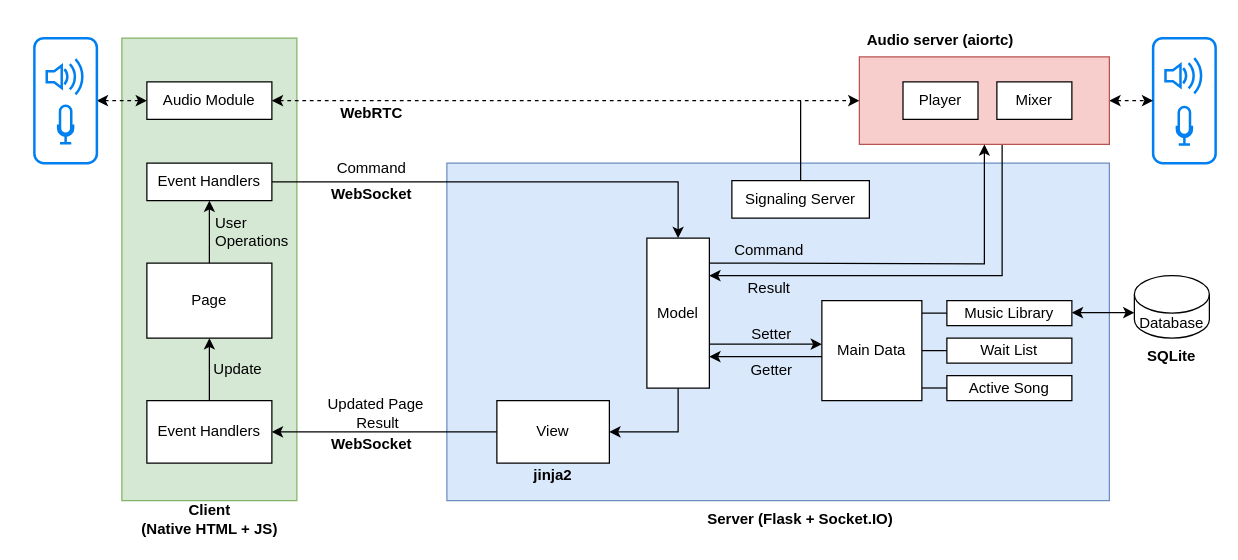
Before: Drafts/ksong-arch.drawio in xrysamuel/my-drawio, a draw.io diagram. Source tidied: cells renumbered, new cells numbered last; positions are measured from the earlier drawing's top-left corner, leaving out a move shared by most shapes. Both pictures are drawn from the tidied source at 125%, with x=0, y=0 at pixel (34, 21).
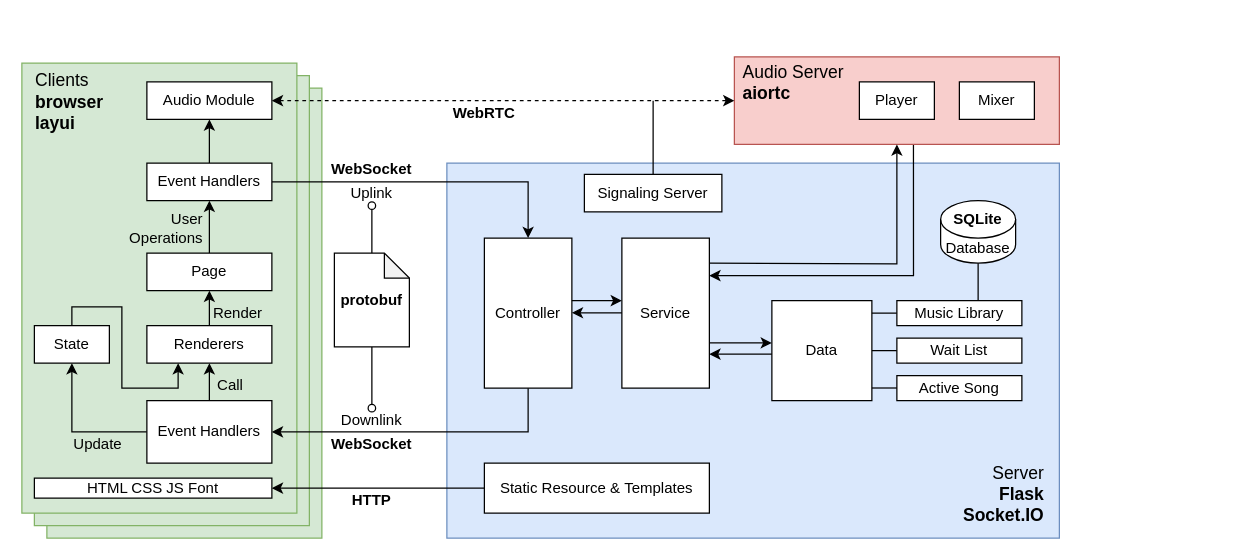
Above is the later version.

The change refers to these unchanged cells:
```xml
<mxCell id="10" value="Event Handlers" style="rounded=0;whiteSpace=wrap;html=1;arcSize=11;strokeColor=default;align=center;verticalAlign=middle;fontFamily=Helvetica;fontSize=12;fontColor=default;fillColor=default;" parent="1" vertex="1">
  <mxGeometry x="90" y="113" width="100" height="30" as="geometry" />
</mxCell>
<mxCell id="21" value="Audio Module" style="rounded=0;whiteSpace=wrap;html=1;" parent="1" vertex="1">
  <mxGeometry x="90" y="48" width="100" height="30" as="geometry" />
</mxCell>
<mxCell id="24" value="Event Handlers" style="rounded=0;whiteSpace=wrap;html=1;" parent="1" vertex="1">
  <mxGeometry x="90" y="303" width="100" height="50" as="geometry" />
</mxCell>
```

The edit, as a diff of the source:
```diff
@@
-    <mxCell id="2" style="rounded=1;whiteSpace=wrap;html=1;fillColor=none;strokeColor=#0080f0;strokeWidth=2;" parent="1" vertex="1">
-      <mxGeometry x="895" y="13" width="50" height="100" as="geometry" />
-    </mxCell>
+    <mxCell id="58" style="rounded=0;whiteSpace=wrap;html=1;fillColor=#d5e8d4;strokeColor=#82b366;" parent="1" vertex="1">
+      <mxGeometry x="10" y="53" width="220" height="360" as="geometry" />
+    </mxCell>
+    <mxCell id="59" style="rounded=0;whiteSpace=wrap;html=1;fillColor=#d5e8d4;strokeColor=#82b366;" parent="1" vertex="1">
+      <mxGeometry y="43" width="220" height="360" as="geometry" />
+    </mxCell>
     <mxCell id="3" style="rounded=0;whiteSpace=wrap;html=1;fillColor=#dae8fc;strokeColor=#6c8ebf;" parent="1" vertex="1">
-      <mxGeometry x="330" y="113" width="530" height="270" as="geometry" />
+      <mxGeometry x="330" y="113" width="490" height="300" as="geometry" />
     </mxCell>
     <mxCell id="4" style="rounded=0;whiteSpace=wrap;html=1;fillColor=#d5e8d4;strokeColor=#82b366;" parent="1" vertex="1">
-      <mxGeometry x="70" y="13" width="140" height="370" as="geometry" />
+      <mxGeometry x="-10" y="33" width="220" height="360" as="geometry" />
     </mxCell>
-    <mxCell id="5" style="edgeStyle=orthogonalEdgeStyle;rounded=0;jettySize=auto;html=1;exitX=0.5;exitY=1;exitDx=0;exitDy=0;entryX=1;entryY=0.5;entryDx=0;entryDy=0;" parent="1" edge="1" source="6" target="8">
-      <mxGeometry relative="1" as="geometry" />
-    </mxCell>
-    <mxCell id="6" value="Model" style="rounded=0;whiteSpace=wrap;html=1;" parent="1" vertex="1">
-      <mxGeometry x="490" y="173" width="50" height="120" as="geometry" />
+    <mxCell id="6" value="Service" style="rounded=0;whiteSpace=wrap;html=1;" parent="1" vertex="1">
+      <mxGeometry x="470" y="173" width="70" height="120" as="geometry" />
     </mxCell>
-    <mxCell id="7" style="edgeStyle=orthogonalEdgeStyle;rounded=0;jettySize=auto;html=1;exitX=0;exitY=0.5;exitDx=0;exitDy=0;entryX=1;entryY=0.5;entryDx=0;entryDy=0;" parent="1" edge="1" source="8" target="24">
-      <mxGeometry relative="1" as="geometry" />
-    </mxCell>
-    <mxCell id="8" value="View" style="rounded=0;whiteSpace=wrap;html=1;" parent="1" vertex="1">
-      <mxGeometry x="370" y="303" width="90" height="50" as="geometry" />
-    </mxCell>
-    <mxCell id="9" style="edgeStyle=orthogonalEdgeStyle;rounded=0;jettySize=auto;html=1;exitX=1;exitY=0.5;exitDx=0;exitDy=0;entryX=0.5;entryY=0;entryDx=0;entryDy=0;" parent="1" edge="1" source="10" target="6">
+    <mxCell id="9" style="edgeStyle=orthogonalEdgeStyle;rounded=0;jettySize=auto;html=1;exitX=1;exitY=0.5;exitDx=0;exitDy=0;entryX=0.5;entryY=0;entryDx=0;entryDy=0;" parent="1" edge="1" source="10" target="65">
       <mxGeometry relative="1" as="geometry" />
     </mxCell>
+    <mxCell id="60" style="edgeStyle=orthogonalEdgeStyle;rounded=0;jettySize=auto;html=1;exitX=0.5;exitY=0;exitDx=0;exitDy=0;entryX=0.5;entryY=1;entryDx=0;entryDy=0;" parent="1" edge="1" source="10" target="21">
+      <mxGeometry relative="1" as="geometry" />
+    </mxCell>
@@
-    <mxCell id="11" style="edgeStyle=orthogonalEdgeStyle;rounded=0;jettySize=auto;html=1;exitX=1;exitY=0.5;exitDx=0;exitDy=0;entryX=0;entryY=0.5;entryDx=0;entryDy=0;startArrow=classic;startFill=1;dashed=1;" parent="1" edge="1" source="12" target="2">
-      <mxGeometry relative="1" as="geometry">
-        <Array as="points">
-          <mxPoint x="895" y="63" />
-        </Array>
-      </mxGeometry>
-    </mxCell>
+    <mxCell id="61" style="edgeStyle=orthogonalEdgeStyle;rounded=0;jettySize=auto;html=1;exitX=0.551;exitY=1.002;exitDx=0;exitDy=0;entryX=1;entryY=0.25;entryDx=0;entryDy=0;exitPerimeter=0;" parent="1" edge="1" source="12" target="6">
+      <mxGeometry relative="1" as="geometry" />
+    </mxCell>
     <mxCell id="12" style="rounded=0;whiteSpace=wrap;html=1;fillColor=#f8cecc;strokeColor=#b85450;" parent="1" vertex="1">
-      <mxGeometry x="660" y="28" width="200" height="70" as="geometry" />
+      <mxGeometry x="560" y="28" width="260" height="70" as="geometry" />
     </mxCell>
@@
-    <mxCell id="14" value="Main Data" style="rounded=0;whiteSpace=wrap;html=1;" parent="1" vertex="1">
-      <mxGeometry x="630" y="223" width="80" height="80" as="geometry" />
+    <mxCell id="14" value="Data" style="rounded=0;whiteSpace=wrap;html=1;" parent="1" vertex="1">
+      <mxGeometry x="590" y="223" width="80" height="80" as="geometry" />
     </mxCell>
@@
-    <mxCell id="16" style="endArrow=classic;html=1;rounded=0;exitX=0.571;exitY=1.006;exitDx=0;exitDy=0;exitPerimeter=0;edgeStyle=orthogonalEdgeStyle;" parent="1" edge="1" source="12">
-      <mxGeometry relative="1" as="geometry">
-        <mxPoint x="540" y="203" as="targetPoint" />
-        <Array as="points">
-          <mxPoint x="774" y="203" />
-        </Array>
-      </mxGeometry>
-    </mxCell>
-    <mxCell id="17" value="Music Library" style="rounded=0;whiteSpace=wrap;html=1;" parent="1" vertex="1">
-      <mxGeometry x="730" y="223" width="100" height="20" as="geometry" />
-    </mxCell>
     <mxCell id="18" value="Wait List" style="rounded=0;whiteSpace=wrap;html=1;" parent="1" vertex="1">
-      <mxGeometry x="730" y="253" width="100" height="20" as="geometry" />
+      <mxGeometry x="690" y="253" width="100" height="20" as="geometry" />
     </mxCell>
     <mxCell id="19" value="Active Song" style="rounded=0;whiteSpace=wrap;html=1;" parent="1" vertex="1">
-      <mxGeometry x="730" y="283" width="100" height="20" as="geometry" />
+      <mxGeometry x="690" y="283" width="100" height="20" as="geometry" />
     </mxCell>
@@
     <mxCell id="22" value="WebSocket" style="text;html=1;align=center;verticalAlign=middle;whiteSpace=wrap;rounded=0;fontStyle=1;" parent="1" vertex="1">
-      <mxGeometry x="240" y="123" width="60" height="30" as="geometry" />
+      <mxGeometry x="240" y="103" width="60" height="30" as="geometry" />
     </mxCell>
     <mxCell id="23" value="WebRTC" style="text;html=1;align=center;verticalAlign=middle;whiteSpace=wrap;rounded=0;fontStyle=1;" parent="1" vertex="1">
-      <mxGeometry x="240" y="58" width="60" height="30" as="geometry" />
+      <mxGeometry x="330" y="58" width="60" height="30" as="geometry" />
     </mxCell>
+    <mxCell id="62" style="edgeStyle=orthogonalEdgeStyle;rounded=0;jettySize=auto;html=1;exitX=0;exitY=0.5;exitDx=0;exitDy=0;entryX=0.5;entryY=1;entryDx=0;entryDy=0;" parent="1" edge="1" source="24" target="74">
+      <mxGeometry relative="1" as="geometry" />
+    </mxCell>
@@
-    <mxCell id="26" style="edgeStyle=orthogonalEdgeStyle;rounded=0;jettySize=auto;html=1;exitX=0.5;exitY=0;exitDx=0;exitDy=0;entryX=0.5;entryY=1;entryDx=0;entryDy=0;endArrow=classic;endFill=1;" parent="1" edge="1" source="27" target="10">
-      <mxGeometry relative="1" as="geometry" />
-    </mxCell>
+    <mxCell id="63" style="edgeStyle=orthogonalEdgeStyle;rounded=0;jettySize=auto;html=1;exitX=0.5;exitY=0;exitDx=0;exitDy=0;entryX=0.5;entryY=1;entryDx=0;entryDy=0;" parent="1" edge="1" source="27" target="72">
+      <mxGeometry relative="1" as="geometry" />
+    </mxCell>
-    <mxCell id="27" value="Page" style="rounded=0;whiteSpace=wrap;html=1;" parent="1" vertex="1">
-      <mxGeometry x="90" y="193" width="100" height="60" as="geometry" />
+    <mxCell id="27" value="Renderers" style="rounded=0;whiteSpace=wrap;html=1;" parent="1" vertex="1">
+      <mxGeometry x="90" y="243" width="100" height="30" as="geometry" />
     </mxCell>
     <mxCell id="28" style="edgeStyle=orthogonalEdgeStyle;rounded=0;jettySize=auto;html=1;exitX=0.5;exitY=0;exitDx=0;exitDy=0;endArrow=none;endFill=0;" parent="1" edge="1" source="29">
       <mxGeometry relative="1" as="geometry">
-        <mxPoint x="613" y="63" as="targetPoint" />
+        <mxPoint x="495" y="63" as="targetPoint" />
       </mxGeometry>
     </mxCell>
     <mxCell id="29" value="Signaling Server" style="rounded=0;whiteSpace=wrap;html=1;" parent="1" vertex="1">
-      <mxGeometry x="558" y="127" width="110" height="30" as="geometry" />
+      <mxGeometry x="440" y="122" width="110" height="30" as="geometry" />
     </mxCell>
     <mxCell id="30" value="Player" style="rounded=0;whiteSpace=wrap;html=1;" parent="1" vertex="1">
-      <mxGeometry x="694.9" y="48" width="60" height="30" as="geometry" />
+      <mxGeometry x="660" y="48" width="60" height="30" as="geometry" />
     </mxCell>
     <mxCell id="31" value="Mixer" style="rounded=0;whiteSpace=wrap;html=1;" parent="1" vertex="1">
-      <mxGeometry x="770" y="48" width="60" height="30" as="geometry" />
+      <mxGeometry x="740" y="48" width="60" height="30" as="geometry" />
     </mxCell>
@@
-    <mxCell id="33" value="Update" style="text;html=1;align=center;verticalAlign=middle;whiteSpace=wrap;rounded=0;fontStyle=0;" parent="1" vertex="1">
-      <mxGeometry x="143" y="263" width="40" height="30" as="geometry" />
+    <mxCell id="33" value="Call" style="text;html=1;align=center;verticalAlign=middle;whiteSpace=wrap;rounded=0;fontStyle=0;" parent="1" vertex="1">
+      <mxGeometry x="137" y="276" width="40" height="30" as="geometry" />
     </mxCell>
-    <mxCell id="34" value="User&lt;div&gt;Operations&lt;/div&gt;" style="text;html=1;align=left;verticalAlign=middle;whiteSpace=wrap;rounded=0;fontStyle=0;" parent="1" vertex="1">
-      <mxGeometry x="143" y="153" width="40" height="30" as="geometry" />
+    <mxCell id="34" value="User&lt;div&gt;Operations&lt;/div&gt;" style="text;html=1;align=right;verticalAlign=middle;whiteSpace=wrap;rounded=0;fontStyle=0;" parent="1" vertex="1">
+      <mxGeometry x="97" y="150" width="40" height="30" as="geometry" />
     </mxCell>
-    <mxCell id="35" style="endArrow=classic;html=1;rounded=0;" parent="1" edge="1">
-      <mxGeometry relative="1" as="geometry">
-        <mxPoint x="540" y="257.8" as="sourcePoint" />
-        <mxPoint x="630" y="257.8" as="targetPoint" />
-      </mxGeometry>
-    </mxCell>
     <mxCell id="36" style="endArrow=classic;html=1;rounded=0;" parent="1" edge="1">
       <mxGeometry relative="1" as="geometry">
-        <mxPoint x="630" y="267.8" as="sourcePoint" />
-        <mxPoint x="540" y="267.8" as="targetPoint" />
+        <mxPoint x="590" y="265.8" as="sourcePoint" />
+        <mxPoint x="540" y="265.8" as="targetPoint" />
       </mxGeometry>
     </mxCell>
-    <mxCell id="37" value="Setter" style="text;html=1;align=center;verticalAlign=middle;whiteSpace=wrap;rounded=0;fontStyle=0;" parent="1" vertex="1">
-      <mxGeometry x="570" y="240" width="40" height="20" as="geometry" />
-    </mxCell>
-    <mxCell id="38" value="Getter" style="text;html=1;align=center;verticalAlign=middle;whiteSpace=wrap;rounded=0;fontStyle=0;" parent="1" vertex="1">
-      <mxGeometry x="570" y="269" width="40" height="20" as="geometry" />
-    </mxCell>
-    <mxCell id="39" value="Command" style="text;html=1;align=center;verticalAlign=middle;whiteSpace=wrap;rounded=0;fontStyle=0;" parent="1" vertex="1">
-      <mxGeometry x="558" y="173" width="60" height="20" as="geometry" />
-    </mxCell>
-    <mxCell id="40" value="Result" style="text;html=1;align=center;verticalAlign=middle;whiteSpace=wrap;rounded=0;fontStyle=0;" parent="1" vertex="1">
-      <mxGeometry x="558" y="203" width="60" height="20" as="geometry" />
-    </mxCell>
-    <mxCell id="41" value="Command" style="text;html=1;align=center;verticalAlign=middle;whiteSpace=wrap;rounded=0;fontStyle=0;" parent="1" vertex="1">
-      <mxGeometry x="240" y="107" width="60" height="20" as="geometry" />
+    <mxCell id="41" value="Uplink" style="text;html=1;align=center;verticalAlign=middle;whiteSpace=wrap;rounded=0;fontStyle=0;" parent="1" vertex="1">
+      <mxGeometry x="240" y="127" width="60" height="20" as="geometry" />
     </mxCell>
-    <mxCell id="42" value="Updated Page&amp;nbsp;&lt;div&gt;Result&lt;/div&gt;" style="text;html=1;align=center;verticalAlign=middle;whiteSpace=wrap;rounded=0;fontStyle=0;" parent="1" vertex="1">
-      <mxGeometry x="230" y="303" width="90" height="20" as="geometry" />
+    <mxCell id="42" value="Downlink" style="text;html=1;align=center;verticalAlign=middle;whiteSpace=wrap;rounded=0;fontStyle=0;" parent="1" vertex="1">
+      <mxGeometry x="225" y="309" width="90" height="20" as="geometry" />
     </mxCell>
     <mxCell id="43" value="Database" style="shape=cylinder3;whiteSpace=wrap;html=1;boundedLbl=1;backgroundOutline=1;size=15;" parent="1" vertex="1">
-      <mxGeometry x="880" y="203" width="60" height="50" as="geometry" />
+      <mxGeometry x="725" y="143" width="60" height="50" as="geometry" />
     </mxCell>
-    <mxCell id="44" style="edgeStyle=orthogonalEdgeStyle;rounded=0;orthogonalLoop=1;jettySize=auto;html=1;exitX=1;exitY=0.5;exitDx=0;exitDy=0;entryX=0;entryY=0;entryDx=0;entryDy=30;entryPerimeter=0;startArrow=classic;startFill=1;" parent="1" edge="1">
+    <mxCell id="44" style="edgeStyle=orthogonalEdgeStyle;rounded=0;jettySize=auto;html=1;exitX=0.5;exitY=0;exitDx=0;exitDy=0;entryX=0.5;entryY=1;entryDx=0;entryDy=0;entryPerimeter=0;startArrow=none;startFill=0;endArrow=none;endFill=0;" parent="1" edge="1" target="43">
       <mxGeometry relative="1" as="geometry">
-        <mxPoint x="830" y="232.6" as="sourcePoint" />
-        <mxPoint x="880" y="232.6" as="targetPoint" />
+        <mxPoint x="780" y="223" as="sourcePoint" />
       </mxGeometry>
     </mxCell>
-    <mxCell id="45" style="html=1;verticalLabelPosition=bottom;align=center;labelBackgroundColor=#ffffff;verticalAlign=top;strokeWidth=2;strokeColor=#0080F0;shadow=0;dashed=0;shape=mxgraph.ios7.icons.volume_2;" parent="1" vertex="1">
-      <mxGeometry x="904.9" y="29" width="30.3" height="28.2" as="geometry" />
-    </mxCell>
-    <mxCell id="46" style="html=1;verticalLabelPosition=bottom;align=center;labelBackgroundColor=#ffffff;verticalAlign=top;strokeWidth=2;strokeColor=#0080F0;shadow=0;dashed=0;shape=mxgraph.ios7.icons.microphone;" parent="1" vertex="1">
-      <mxGeometry x="914" y="68" width="12" height="30" as="geometry" />
-    </mxCell>
-    <mxCell id="47" style="edgeStyle=orthogonalEdgeStyle;rounded=0;jettySize=auto;html=1;exitX=1;exitY=0.5;exitDx=0;exitDy=0;startArrow=classic;startFill=1;dashed=1;" parent="1" edge="1" source="48" target="21">
-      <mxGeometry relative="1" as="geometry" />
-    </mxCell>
-    <mxCell id="48" style="rounded=1;whiteSpace=wrap;html=1;fillColor=none;strokeColor=#0080f0;strokeWidth=2;" parent="1" vertex="1">
-      <mxGeometry y="13" width="50" height="100" as="geometry" />
-    </mxCell>
-    <mxCell id="49" style="html=1;verticalLabelPosition=bottom;align=center;labelBackgroundColor=#ffffff;verticalAlign=top;strokeWidth=2;strokeColor=#0080F0;shadow=0;dashed=0;shape=mxgraph.ios7.icons.volume_2;" parent="1" vertex="1">
-      <mxGeometry x="9.9" y="29.8" width="30.3" height="28.2" as="geometry" />
-    </mxCell>
-    <mxCell id="50" style="html=1;verticalLabelPosition=bottom;align=center;labelBackgroundColor=#ffffff;verticalAlign=top;strokeWidth=2;strokeColor=#0080F0;shadow=0;dashed=0;shape=mxgraph.ios7.icons.microphone;" parent="1" vertex="1">
-      <mxGeometry x="19" y="67" width="12" height="30" as="geometry" />
-    </mxCell>
-    <mxCell id="51" value="Server (Flask + Socket.IO)" style="text;html=1;align=center;verticalAlign=middle;whiteSpace=wrap;rounded=0;fontStyle=1;" parent="1" vertex="1">
-      <mxGeometry x="523" y="383" width="180" height="30" as="geometry" />
+    <mxCell id="51" value="&lt;span style=&quot;font-weight: normal;&quot;&gt;Server&lt;/span&gt;&lt;div&gt;Flask&lt;br&gt;Socket.IO&lt;/div&gt;" style="text;html=1;align=right;verticalAlign=middle;whiteSpace=wrap;rounded=0;fontStyle=1;fontSize=14;" parent="1" vertex="1">
+      <mxGeometry x="630" y="363" width="180" height="30" as="geometry" />
     </mxCell>
-    <mxCell id="52" value="Client&lt;div&gt;(Native HTML + JS)&lt;/div&gt;" style="text;html=1;align=center;verticalAlign=middle;whiteSpace=wrap;rounded=0;fontStyle=1;" parent="1" vertex="1">
-      <mxGeometry x="67.5" y="383" width="145" height="30" as="geometry" />
+    <mxCell id="52" value="&lt;span style=&quot;font-weight: normal;&quot;&gt;Clients&lt;/span&gt;&lt;div&gt;browser&lt;/div&gt;&lt;div&gt;layui&lt;/div&gt;" style="text;html=1;align=left;verticalAlign=middle;whiteSpace=wrap;rounded=0;fontStyle=1;fontSize=14;" parent="1" vertex="1">
+      <mxGeometry x="-1" y="40.3" width="145" height="47.7" as="geometry" />
     </mxCell>
     <mxCell id="53" value="SQLite" style="text;html=1;align=center;verticalAlign=middle;whiteSpace=wrap;rounded=0;fontStyle=1;" parent="1" vertex="1">
-      <mxGeometry x="875" y="253" width="70" height="30" as="geometry" />
+      <mxGeometry x="720" y="143" width="70" height="30" as="geometry" />
     </mxCell>
-    <mxCell id="54" value="Audio server (aiortc)" style="text;html=1;align=center;verticalAlign=middle;whiteSpace=wrap;rounded=0;fontStyle=1;" parent="1" vertex="1">
-      <mxGeometry x="659.9" y="-0.2" width="130" height="30" as="geometry" />
+    <mxCell id="54" value="&lt;span style=&quot;font-weight: normal;&quot;&gt;Audio Server&lt;/span&gt;&lt;div&gt;aiortc&lt;/div&gt;" style="text;html=1;align=left;verticalAlign=middle;whiteSpace=wrap;rounded=0;fontStyle=1;fontSize=14;" parent="1" vertex="1">
+      <mxGeometry x="564.9" y="33" width="95.2" height="30" as="geometry" />
     </mxCell>
-    <mxCell id="55" value="jinja2" style="text;html=1;align=center;verticalAlign=middle;whiteSpace=wrap;rounded=0;fontStyle=1;" parent="1" vertex="1">
-      <mxGeometry x="390" y="353" width="50" height="20" as="geometry" />
-    </mxCell>
@@
     <mxCell id="57" style="edgeStyle=orthogonalEdgeStyle;rounded=0;orthogonalLoop=1;jettySize=auto;html=1;exitX=1;exitY=0.5;exitDx=0;exitDy=0;entryX=0;entryY=0.5;entryDx=0;entryDy=0;endArrow=none;endFill=0;" parent="1" edge="1">
       <mxGeometry relative="1" as="geometry">
-        <mxPoint x="710" y="292.9" as="sourcePoint" />
-        <mxPoint x="730" y="292.9" as="targetPoint" />
+        <mxPoint x="670" y="292.9" as="sourcePoint" />
+        <mxPoint x="690" y="292.9" as="targetPoint" />
       </mxGeometry>
     </mxCell>
+    <mxCell id="64" style="edgeStyle=orthogonalEdgeStyle;rounded=0;jettySize=auto;html=1;exitX=0.5;exitY=1;exitDx=0;exitDy=0;entryX=1;entryY=0.5;entryDx=0;entryDy=0;" parent="1" edge="1" source="65" target="24">
+      <mxGeometry relative="1" as="geometry" />
+    </mxCell>
+    <mxCell id="65" value="Controller" style="rounded=0;whiteSpace=wrap;html=1;" parent="1" vertex="1">
+      <mxGeometry x="360" y="173" width="70" height="120" as="geometry" />
+    </mxCell>
+    <mxCell id="66" style="endArrow=classic;html=1;rounded=0;" parent="1" edge="1">
+      <mxGeometry relative="1" as="geometry">
+        <mxPoint x="470" y="232.7" as="sourcePoint" />
+        <mxPoint x="430" y="232.7" as="targetPoint" />
+      </mxGeometry>
+    </mxCell>
+    <mxCell id="67" style="endArrow=classic;html=1;rounded=0;" parent="1" edge="1">
+      <mxGeometry relative="1" as="geometry">
+        <mxPoint x="430" y="223" as="sourcePoint" />
+        <mxPoint x="470" y="223" as="targetPoint" />
+      </mxGeometry>
+    </mxCell>
+    <mxCell id="68" style="edgeStyle=orthogonalEdgeStyle;rounded=0;jettySize=auto;html=1;exitX=0.5;exitY=1;exitDx=0;exitDy=0;exitPerimeter=0;entryX=0.5;entryY=0;entryDx=0;entryDy=0;endArrow=oval;endFill=0;" parent="1" edge="1" source="70" target="42">
+      <mxGeometry relative="1" as="geometry" />
+    </mxCell>
+    <mxCell id="69" style="edgeStyle=orthogonalEdgeStyle;rounded=0;jettySize=auto;html=1;exitX=0.5;exitY=0;exitDx=0;exitDy=0;exitPerimeter=0;entryX=0.5;entryY=1;entryDx=0;entryDy=0;endArrow=oval;endFill=0;" parent="1" edge="1" source="70" target="41">
+      <mxGeometry relative="1" as="geometry" />
+    </mxCell>
+    <mxCell id="70" value="&lt;b&gt;protobuf&lt;/b&gt;" style="shape=note;whiteSpace=wrap;html=1;backgroundOutline=1;darkOpacity=0.05;size=20;" parent="1" vertex="1">
+      <mxGeometry x="240" y="185" width="60" height="75" as="geometry" />
+    </mxCell>
+    <mxCell id="71" style="edgeStyle=orthogonalEdgeStyle;rounded=0;jettySize=auto;html=1;exitX=0.5;exitY=0;exitDx=0;exitDy=0;entryX=0.5;entryY=1;entryDx=0;entryDy=0;" parent="1" edge="1" source="72" target="10">
+      <mxGeometry relative="1" as="geometry" />
+    </mxCell>
+    <mxCell id="72" value="Page" style="rounded=0;whiteSpace=wrap;html=1;" parent="1" vertex="1">
+      <mxGeometry x="90" y="185" width="100" height="30" as="geometry" />
+    </mxCell>
+    <mxCell id="73" style="edgeStyle=orthogonalEdgeStyle;rounded=0;jettySize=auto;html=1;exitX=0.5;exitY=0;exitDx=0;exitDy=0;entryX=0.25;entryY=1;entryDx=0;entryDy=0;" parent="1" edge="1" source="74" target="27">
+      <mxGeometry relative="1" as="geometry">
+        <Array as="points">
+          <mxPoint x="30" y="228" />
+          <mxPoint x="70" y="228" />
+          <mxPoint x="70" y="293" />
+          <mxPoint x="115" y="293" />
+        </Array>
+      </mxGeometry>
+    </mxCell>
+    <mxCell id="74" value="State" style="rounded=0;whiteSpace=wrap;html=1;" parent="1" vertex="1">
+      <mxGeometry y="243" width="60" height="30" as="geometry" />
+    </mxCell>
+    <mxCell id="75" value="Update" style="text;html=1;align=center;verticalAlign=middle;whiteSpace=wrap;rounded=0;fontStyle=0;" parent="1" vertex="1">
+      <mxGeometry x="31" y="323" width="40" height="30" as="geometry" />
+    </mxCell>
+    <mxCell id="76" value="Render" style="text;html=1;align=center;verticalAlign=middle;whiteSpace=wrap;rounded=0;fontStyle=0;" parent="1" vertex="1">
+      <mxGeometry x="143" y="218" width="40" height="30" as="geometry" />
+    </mxCell>
+    <mxCell id="77" style="edgeStyle=orthogonalEdgeStyle;rounded=0;orthogonalLoop=1;jettySize=auto;html=1;exitX=1;exitY=0.5;exitDx=0;exitDy=0;entryX=0;entryY=0.5;entryDx=0;entryDy=0;endArrow=none;endFill=0;" parent="1" edge="1">
+      <mxGeometry relative="1" as="geometry">
+        <mxPoint x="670" y="233" as="sourcePoint" />
+        <mxPoint x="690" y="233" as="targetPoint" />
+      </mxGeometry>
+    </mxCell>
+    <mxCell id="17" value="Music Library" style="rounded=0;whiteSpace=wrap;html=1;" parent="1" vertex="1">
+      <mxGeometry x="690" y="223" width="100" height="20" as="geometry" />
+    </mxCell>
+    <mxCell id="78" style="endArrow=classic;html=1;rounded=0;" parent="1" edge="1">
+      <mxGeometry relative="1" as="geometry">
+        <mxPoint x="540" y="256.8" as="sourcePoint" />
+        <mxPoint x="590" y="256.8" as="targetPoint" />
+      </mxGeometry>
+    </mxCell>
+    <mxCell id="79" style="edgeStyle=orthogonalEdgeStyle;rounded=0;jettySize=auto;html=1;exitX=0;exitY=0.5;exitDx=0;exitDy=0;entryX=1;entryY=0.5;entryDx=0;entryDy=0;" parent="1" edge="1" source="80" target="81">
+      <mxGeometry relative="1" as="geometry" />
+    </mxCell>
+    <mxCell id="80" value="Static Resource &amp;amp;&amp;nbsp;&lt;span style=&quot;background-color: initial;&quot;&gt;Templates&lt;/span&gt;" style="rounded=0;whiteSpace=wrap;html=1;" parent="1" vertex="1">
+      <mxGeometry x="360" y="353" width="180" height="40" as="geometry" />
+    </mxCell>
+    <mxCell id="81" value="HTML CSS JS Font" style="rounded=0;whiteSpace=wrap;html=1;" parent="1" vertex="1">
+      <mxGeometry y="365" width="190" height="16" as="geometry" />
+    </mxCell>
+    <mxCell id="82" value="HTTP" style="text;html=1;align=center;verticalAlign=middle;whiteSpace=wrap;rounded=0;fontStyle=1;" parent="1" vertex="1">
+      <mxGeometry x="240" y="373" width="60" height="20" as="geometry" />
+    </mxCell>
```
